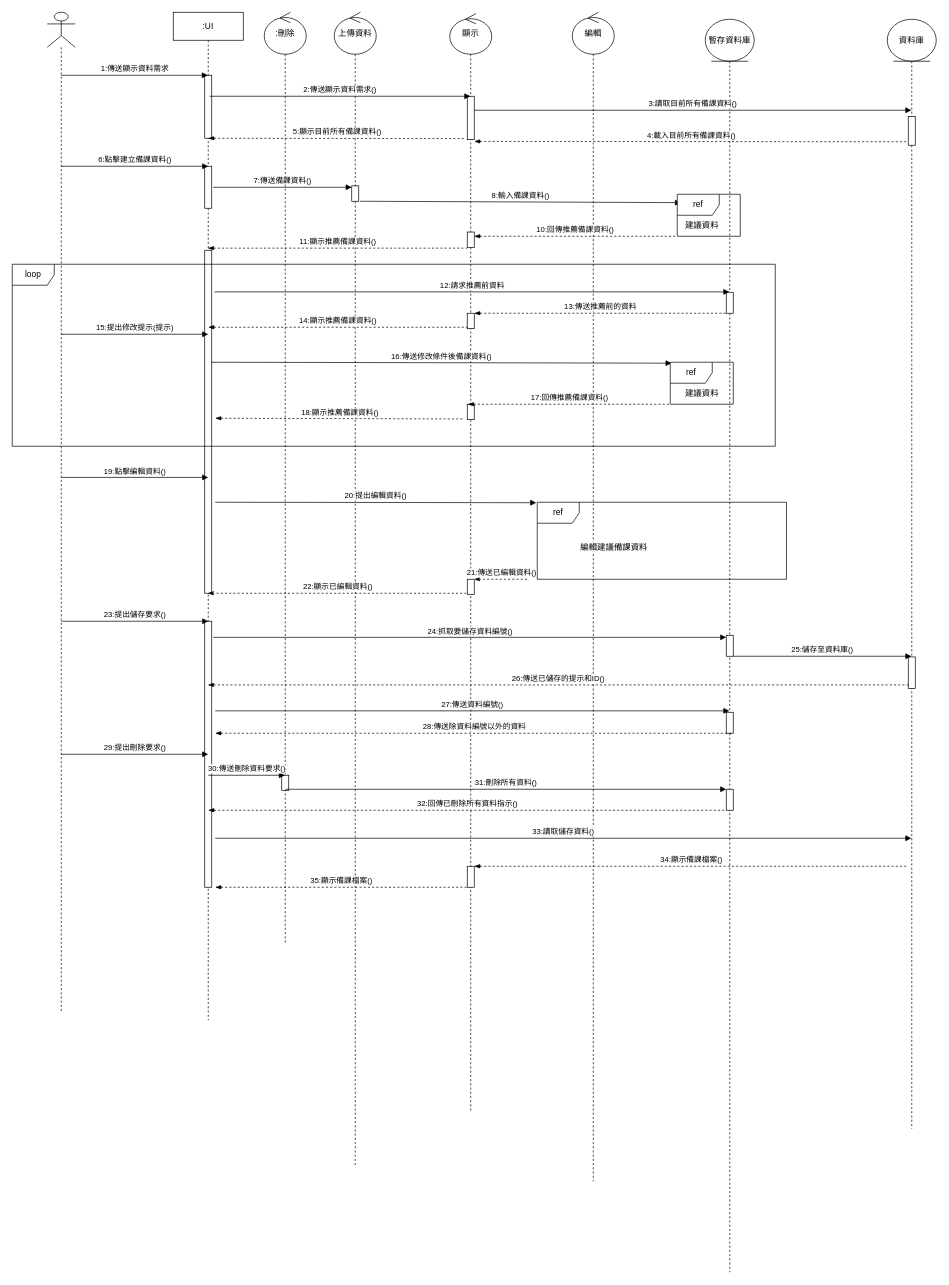
Above: 循序圖(建立備課資料-AC)-new.drawio in Kevincheng0804/System-analysis (draw.io), before the change. Source tidied: cells renumbered, new cells numbered last; positions are measured from the earlier drawing's top-left corner, leaving out a move shared by most shapes. Both pictures are drawn from the tidied source at 70%, with x=0, y=0 at pixel (12, 12).
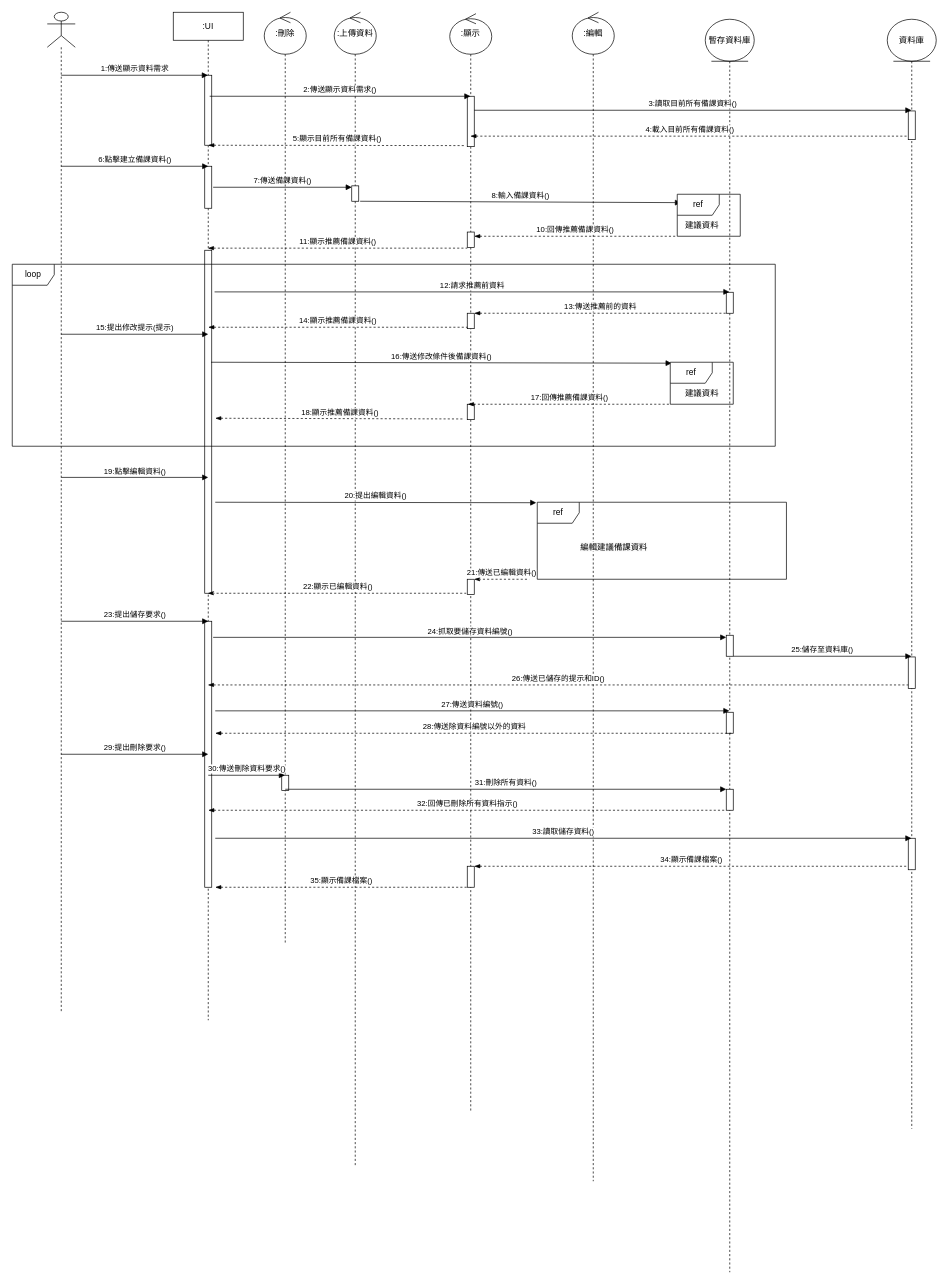
The same diagram, later.

Commit message (it also covers changes not shown here):
更新循序圖(建立備課資料-AC)-new.drawio

Unchanged cells that the change refers to:
```xml
<mxCell id="3" value=":UI" style="shape=umlLifeline;perimeter=lifelinePerimeter;whiteSpace=wrap;html=1;outlineConnect=0;portConstraint=eastwest;newEdgeStyle={&quot;curved&quot;:0,&quot;rounded&quot;:0};" parent="1" vertex="1">
  <mxGeometry x="230" width="100" height="1440" as="geometry" />
</mxCell>
<mxCell id="23" value="資料庫" style="shape=umlLifeline;perimeter=lifelinePerimeter;whiteSpace=wrap;html=1;outlineConnect=0;portConstraint=eastwest;newEdgeStyle={&quot;curved&quot;:0,&quot;rounded&quot;:0};participant=umlEntity;size=60;" parent="1" vertex="1">
  <mxGeometry x="1250" y="10" width="70" height="1585" as="geometry" />
</mxCell>
```

What changed in the source:
```diff
@@
     <mxCell id="4" style="html=1;perimeter=orthogonalPerimeter;targetShapes=umlLifeline;newEdgeStyle={&quot;curved&quot;:0,&quot;rounded&quot;:0};" parent="3" vertex="1">
-      <mxGeometry x="45" y="90" width="10" height="90" as="geometry" />
+      <mxGeometry x="45" y="90" width="10" height="100" as="geometry" />
     </mxCell>
@@
-    <mxCell id="8" value="上傳資料" style="shape=umlLifeline;perimeter=lifelinePerimeter;whiteSpace=wrap;html=1;newEdgeStyle={&quot;curved&quot;:0,&quot;rounded&quot;:0};participant=umlControl;size=60;" parent="1" vertex="1">
+    <mxCell id="8" value=":上傳資料" style="shape=umlLifeline;perimeter=lifelinePerimeter;whiteSpace=wrap;html=1;newEdgeStyle={&quot;curved&quot;:0,&quot;rounded&quot;:0};participant=umlControl;size=60;" parent="1" vertex="1">
       <mxGeometry x="460" width="60" height="1650" as="geometry" />
     </mxCell>
@@
-    <mxCell id="10" value="顯示" style="shape=umlLifeline;perimeter=lifelinePerimeter;whiteSpace=wrap;html=1;outlineConnect=0;portConstraint=eastwest;newEdgeStyle={&quot;curved&quot;:0,&quot;rounded&quot;:0};participant=umlControl;size=58;" parent="1" vertex="1">
+    <mxCell id="10" value=":顯示" style="shape=umlLifeline;perimeter=lifelinePerimeter;whiteSpace=wrap;html=1;outlineConnect=0;portConstraint=eastwest;newEdgeStyle={&quot;curved&quot;:0,&quot;rounded&quot;:0};participant=umlControl;size=58;" parent="1" vertex="1">
       <mxGeometry x="625" y="2" width="60" height="1568" as="geometry" />
     </mxCell>
     <mxCell id="11" style="html=1;perimeter=orthogonalPerimeter;targetShapes=umlLifeline;newEdgeStyle={&quot;curved&quot;:0,&quot;rounded&quot;:0};" parent="10" vertex="1">
-      <mxGeometry x="25" y="118" width="10" height="62" as="geometry" />
+      <mxGeometry x="25" y="118" width="10" height="72" as="geometry" />
     </mxCell>
@@
-    <mxCell id="17" value="編輯" style="shape=umlLifeline;perimeter=lifelinePerimeter;whiteSpace=wrap;html=1;newEdgeStyle={&quot;curved&quot;:0,&quot;rounded&quot;:0};participant=umlControl;size=60;" parent="1" vertex="1">
+    <mxCell id="17" value=":編輯" style="shape=umlLifeline;perimeter=lifelinePerimeter;whiteSpace=wrap;html=1;newEdgeStyle={&quot;curved&quot;:0,&quot;rounded&quot;:0};participant=umlControl;size=60;" parent="1" vertex="1">
       <mxGeometry x="800" width="60" height="1670" as="geometry" />
     </mxCell>
@@
     <mxCell id="24" style="html=1;points=[[0,0,0,0,5],[0,1,0,0,-5],[1,0,0,0,5],[1,1,0,0,-5]];perimeter=orthogonalPerimeter;outlineConnect=0;targetShapes=umlLifeline;portConstraint=eastwest;newEdgeStyle={&quot;curved&quot;:0,&quot;rounded&quot;:0};" parent="23" vertex="1">
-      <mxGeometry x="30" y="139" width="10" height="41" as="geometry" />
+      <mxGeometry x="30" y="131" width="10" height="41" as="geometry" />
     </mxCell>
@@
+    <mxCell id="69" style="html=1;perimeter=orthogonalPerimeter;targetShapes=umlLifeline;newEdgeStyle={&quot;curved&quot;:0,&quot;rounded&quot;:0};" parent="23" vertex="1">
+      <mxGeometry x="30" y="1170" width="10" height="45" as="geometry" />
+    </mxCell>
@@
-    <mxCell id="29" value="4:載入目前所有備課資料()" style="html=1;verticalAlign=bottom;endArrow=none;curved=0;rounded=0;dashed=1;startArrow=blockThin;startFill=1;endFill=0;entryX=0;entryY=1;entryDx=0;entryDy=-5;entryPerimeter=0;" parent="1" edge="1" target="24">
-      <mxGeometry relative="1" as="geometry">
-        <mxPoint x="660" y="184.5" as="sourcePoint" />
-      </mxGeometry>
+    <mxCell id="29" value="4:載入目前所有備課資料()" style="html=1;verticalAlign=bottom;endArrow=none;curved=0;rounded=0;dashed=1;startArrow=blockThin;startFill=1;endFill=0;entryX=0;entryY=1;entryDx=0;entryDy=-5;entryPerimeter=0;" parent="1" edge="1" source="10" target="24">
+      <mxGeometry relative="1" as="geometry" />
     </mxCell>
     <mxCell id="30" value="5:顯示目前所有備課資料()" style="html=1;verticalAlign=bottom;endArrow=none;curved=0;rounded=0;dashed=1;startArrow=blockThin;startFill=1;endFill=0;" parent="1" edge="1">
       <mxGeometry relative="1" as="geometry">
-        <mxPoint x="280" y="180" as="sourcePoint" />
-        <mxPoint x="648" y="180.5" as="targetPoint" />
+        <mxPoint x="280" y="190" as="sourcePoint" />
+        <mxPoint x="648" y="190.5" as="targetPoint" />
       </mxGeometry>
     </mxCell>
```
